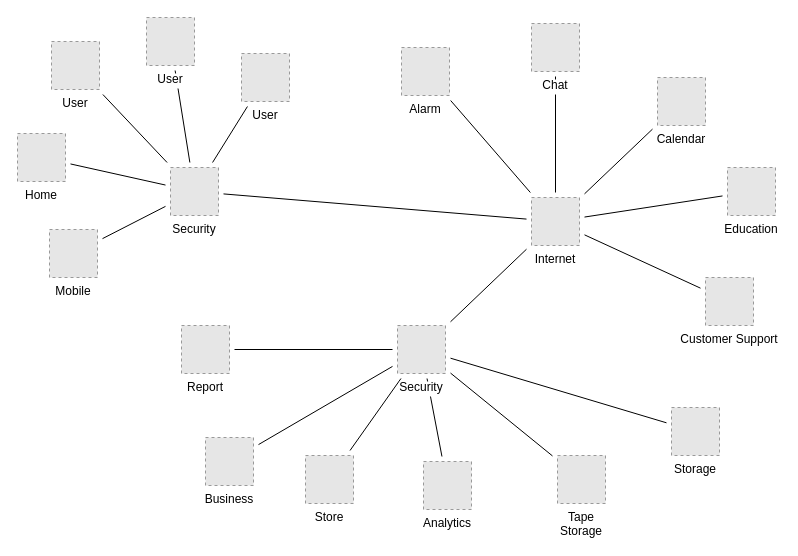
This is Untitled Diagram.drawio from tunstetb/diagrams, a draw.io file, before an edit. Source tidied: cells renumbered, new cells numbered last; positions are measured from the earlier drawing's top-left corner, leaving out a move shared by most shapes. Both pictures are drawn from the tidied source at 100%, with x=0, y=0 at pixel (17, 17). Pictures stored in the file or linked from it are replaced by grey dashed boxes.
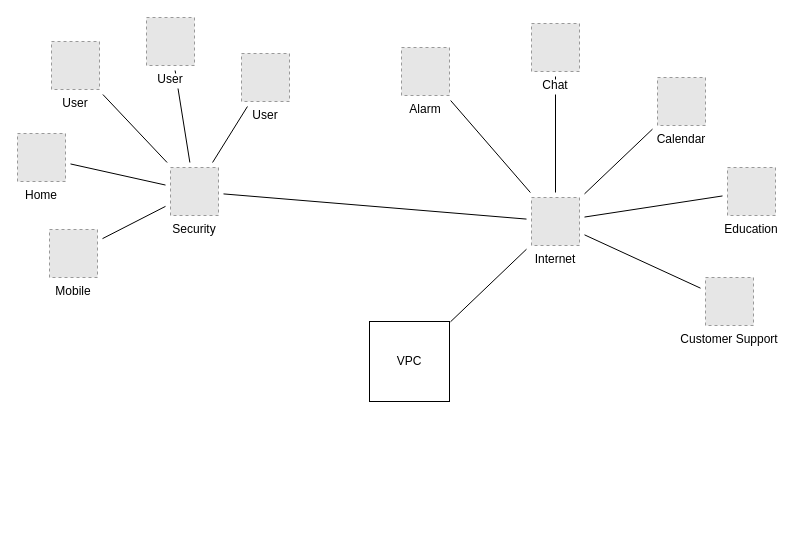
After the change.

Unchanged cells that the change refers to:
```xml
<mxCell id="30" value="Internet" style="fillColor=#E6E6E6;strokeColor=#999999;dashed=1;verticalLabelPosition=bottom;verticalAlign=top;labelBackgroundColor=#ffffff;" parent="1" vertex="1">
  <mxGeometry x="514" y="180" width="48" height="48" as="geometry" />
</mxCell>
```

Change to the diagram source:
```diff
@@
-    <mxCell id="9" style="edgeStyle=none;rounded=0;jettySize=auto;html=1;sourcePerimeterSpacing=5;endArrow=none;endFill=0;targetPerimeterSpacing=5;" parent="1" edge="1" source="30" target="38">
-      <mxGeometry relative="1" as="geometry" />
+    <mxCell id="9" style="edgeStyle=none;rounded=0;jettySize=auto;html=1;sourcePerimeterSpacing=5;endArrow=none;endFill=0;targetPerimeterSpacing=5;" parent="1" edge="1" source="30">
+      <mxGeometry relative="1" as="geometry">
+        <mxPoint x="433" y="304.3" as="targetPoint" />
+      </mxGeometry>
     </mxCell>
@@
-    <mxCell id="14" style="edgeStyle=none;rounded=0;jettySize=auto;html=1;sourcePerimeterSpacing=5;endArrow=none;endFill=0;targetPerimeterSpacing=5;" parent="1" edge="1" source="38" target="28">
-      <mxGeometry relative="1" as="geometry" />
-    </mxCell>
-    <mxCell id="15" style="edgeStyle=none;rounded=0;jettySize=auto;html=1;sourcePerimeterSpacing=5;endArrow=none;endFill=0;targetPerimeterSpacing=5;" parent="1" edge="1" source="38" target="27">
-      <mxGeometry relative="1" as="geometry" />
-    </mxCell>
-    <mxCell id="16" style="edgeStyle=none;rounded=0;jettySize=auto;html=1;sourcePerimeterSpacing=5;endArrow=none;endFill=0;targetPerimeterSpacing=5;" parent="1" edge="1" source="38" target="34">
-      <mxGeometry relative="1" as="geometry" />
-    </mxCell>
-    <mxCell id="17" style="edgeStyle=none;rounded=0;jettySize=auto;html=1;sourcePerimeterSpacing=5;endArrow=none;endFill=0;targetPerimeterSpacing=5;" parent="1" edge="1" source="38" target="33">
-      <mxGeometry relative="1" as="geometry" />
-    </mxCell>
-    <mxCell id="18" style="edgeStyle=none;rounded=0;jettySize=auto;html=1;sourcePerimeterSpacing=5;endArrow=none;endFill=0;targetPerimeterSpacing=5;" parent="1" edge="1" source="38" target="20">
-      <mxGeometry relative="1" as="geometry" />
-    </mxCell>
-    <mxCell id="19" style="edgeStyle=none;rounded=0;jettySize=auto;html=1;sourcePerimeterSpacing=5;endArrow=none;endFill=0;targetPerimeterSpacing=5;" parent="1" edge="1" source="38" target="29">
-      <mxGeometry relative="1" as="geometry" />
-    </mxCell>
-    <mxCell id="20" value="Tape&#10;Storage" style="fillColor=#E6E6E6;strokeColor=#999999;dashed=1;verticalLabelPosition=bottom;verticalAlign=top;labelBackgroundColor=#ffffff;" parent="1" vertex="1">
-      <mxGeometry x="540" y="438" width="48" height="48" as="geometry" />
-    </mxCell>
@@
-    <mxCell id="27" value="Business" style="fillColor=#E6E6E6;strokeColor=#999999;dashed=1;verticalLabelPosition=bottom;verticalAlign=top;labelBackgroundColor=#ffffff;" parent="1" vertex="1">
-      <mxGeometry x="188" y="420" width="48" height="48" as="geometry" />
-    </mxCell>
-    <mxCell id="28" value="Report" style="fillColor=#E6E6E6;strokeColor=#999999;dashed=1;verticalLabelPosition=bottom;verticalAlign=top;labelBackgroundColor=#ffffff;" parent="1" vertex="1">
-      <mxGeometry x="164" y="308" width="48" height="48" as="geometry" />
-    </mxCell>
-    <mxCell id="29" value="Storage" style="fillColor=#E6E6E6;strokeColor=#999999;dashed=1;verticalLabelPosition=bottom;verticalAlign=top;labelBackgroundColor=#ffffff;" parent="1" vertex="1">
-      <mxGeometry x="654" y="390" width="48" height="48" as="geometry" />
-    </mxCell>
@@
-    <mxCell id="33" value="Analytics" style="fillColor=#E6E6E6;strokeColor=#999999;dashed=1;verticalLabelPosition=bottom;verticalAlign=top;labelBackgroundColor=#ffffff;" parent="1" vertex="1">
-      <mxGeometry x="406" y="444" width="48" height="48" as="geometry" />
-    </mxCell>
-    <mxCell id="34" value="Store" style="fillColor=#E6E6E6;strokeColor=#999999;dashed=1;verticalLabelPosition=bottom;verticalAlign=top;labelBackgroundColor=#ffffff;" parent="1" vertex="1">
-      <mxGeometry x="288" y="438" width="48" height="48" as="geometry" />
-    </mxCell>
@@
-    <mxCell id="38" value="Security" style="fillColor=#E6E6E6;strokeColor=#999999;dashed=1;verticalLabelPosition=bottom;verticalAlign=top;labelBackgroundColor=#ffffff;" parent="1" vertex="1">
-      <mxGeometry x="380" y="308" width="48" height="48" as="geometry" />
-    </mxCell>
+    <mxCell id="39" value="VPC" style="whiteSpace=wrap;html=1;" parent="1" vertex="1">
+      <mxGeometry x="352" y="304" width="80" height="80" as="geometry" />
+    </mxCell>
```
